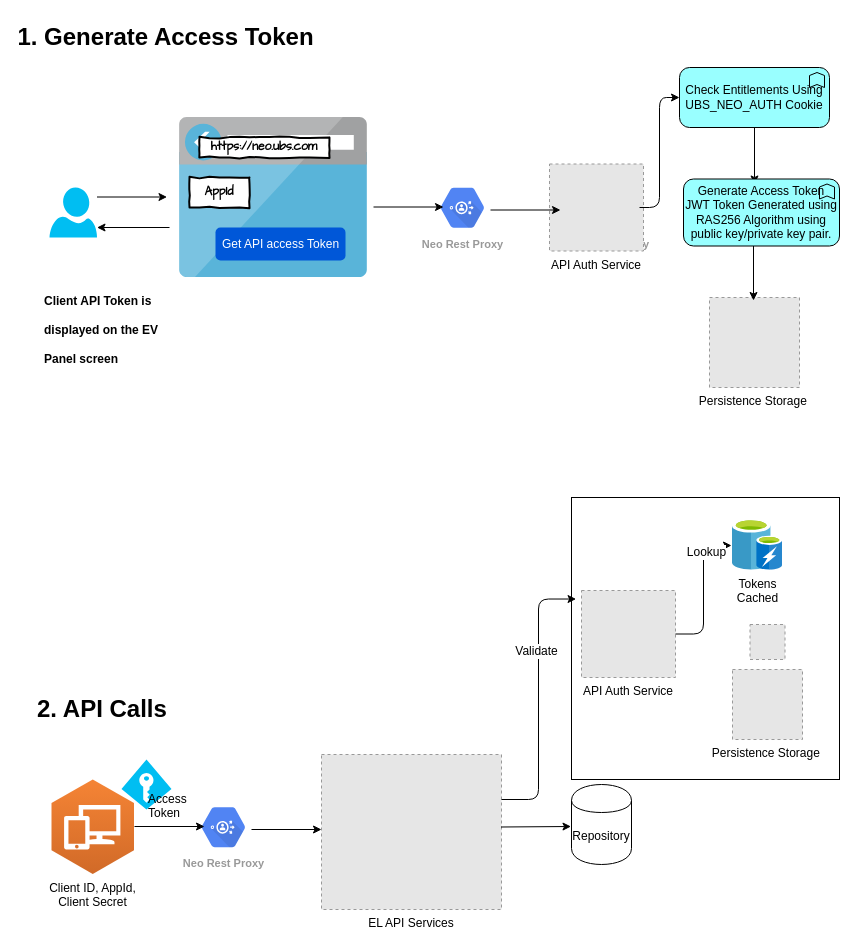
Before: ModifiedTokenGeneration.drawio in kpbindu/Diagrams, a draw.io diagram. Source tidied: cells renumbered, new cells numbered last; positions are measured from the earlier drawing's top-left corner, leaving out a move shared by most shapes. Both pictures are drawn from the tidied source at 100%, with x=0, y=0 at pixel (32, 17). Pictures stored in the file or linked from it are replaced by grey dashed boxes.
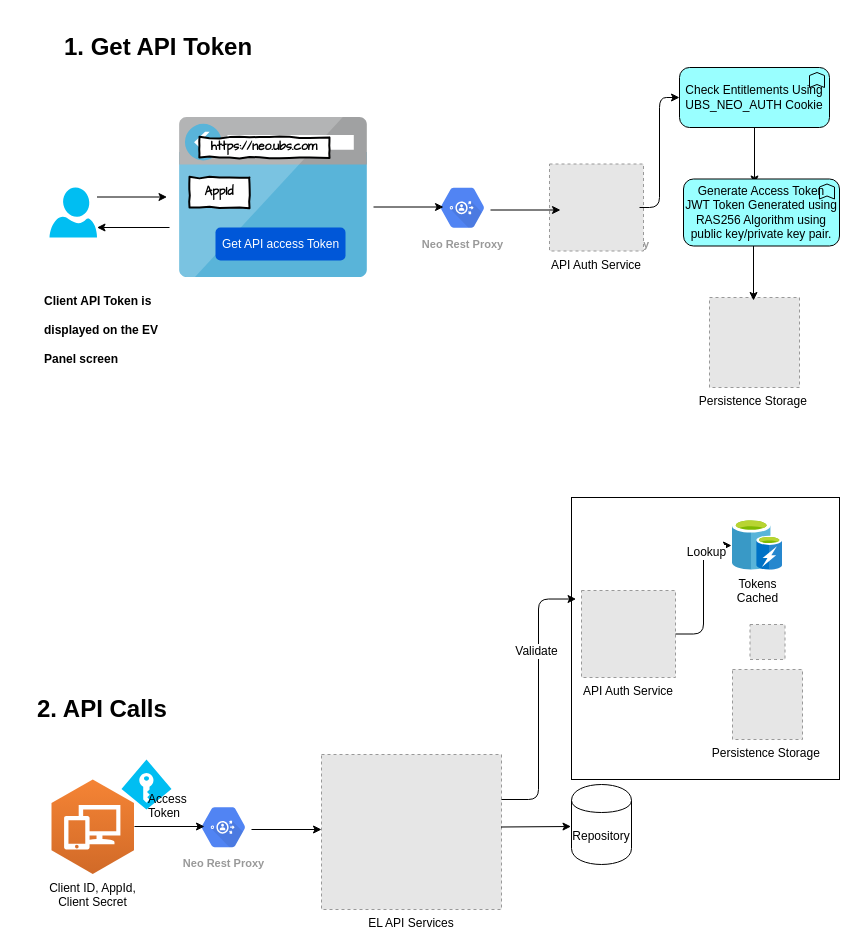
The same diagram, later.

Change to the diagram source:
```diff
@@
-    <mxCell id="20" value="1. Generate Access Token" style="text;strokeColor=none;fillColor=none;html=1;fontSize=24;fontStyle=1;verticalAlign=middle;align=center;" parent="1" vertex="1">
-      <mxGeometry x="83" width="100" height="40" as="geometry" />
-    </mxCell>
@@
+    <mxCell id="41" value="&lt;h1&gt;1. Get API Token&lt;/h1&gt;" style="text;html=1;strokeColor=none;fillColor=none;spacing=5;spacingTop=-20;whiteSpace=wrap;overflow=hidden;rounded=0;" parent="1" vertex="1">
+      <mxGeometry x="27" y="10" width="290" height="30" as="geometry" />
+    </mxCell>
```
